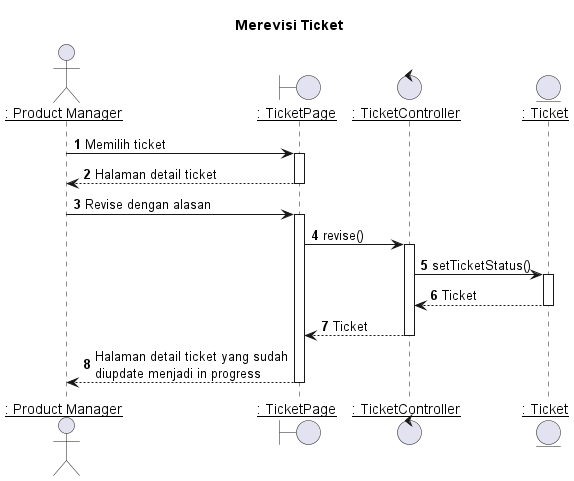
This is out/plantuml/sequence/ipm/ipm6/Merevisi Ticket.png from TAS-PKL/Laporan-PKL-Ticketing, a PlantUML export, as it was before one commit. Source of this version:
```plantuml
@startuml Merevisi Ticket

title "Merevisi Ticket"

actor IPM as "__: Product Manager__"
boundary TicketPage as "__: TicketPage__"
control TicketController as "__: TicketController__"
entity Ticket as "__: Ticket__"

autonumber 1
IPM -> TicketPage: Memilih ticket
activate TicketPage

TicketPage --> IPM: Halaman detail ticket
deactivate TicketPage

IPM -> TicketPage: Revise dengan alasan
activate TicketPage

TicketPage -> TicketController: revise()
activate TicketController

TicketController -> Ticket: setTicketStatus()
activate Ticket

Ticket --> TicketController : Ticket
deactivate Ticket

TicketController --> TicketPage : Ticket
deactivate TicketController

TicketPage --> IPM : Halaman detail ticket yang sudah\ndiupdate menjadi in progress
deactivate TicketPage


@enduml
```
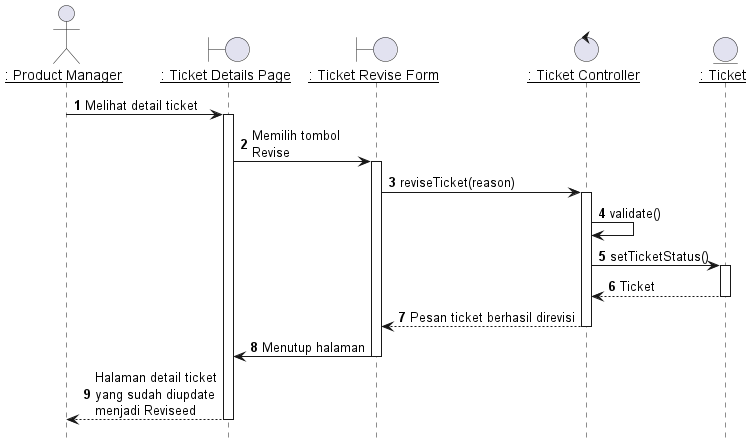
Later version of the same file.

The edit, as a diff of the source:
```diff
@@ -1,24 +1,25 @@
 @startuml Merevisi Ticket
 
-title "Merevisi Ticket"
+hide footbox
 
 actor IPM as "__: Product Manager__"
-boundary TicketPage as "__: TicketPage__"
-control TicketController as "__: TicketController__"
+boundary TicketDetailsPage as "__: Ticket Details Page__"
+boundary TicketRevisePage as "__: Ticket Revise Form__"
+control TicketController as "__: Ticket Controller__"
 entity Ticket as "__: Ticket__"
 
 autonumber 1
-IPM -> TicketPage: Memilih ticket
-activate TicketPage
+IPM -> TicketDetailsPage: Melihat detail ticket
+activate TicketDetailsPage
 
-TicketPage --> IPM: Halaman detail ticket
-deactivate TicketPage
+TicketDetailsPage -> TicketRevisePage : Memilih tombol\nRevise
+activate TicketRevisePage
 
-IPM -> TicketPage: Revise dengan alasan
-activate TicketPage
 
-TicketPage -> TicketController: revise()
+TicketRevisePage -> TicketController: reviseTicket(reason)
 activate TicketController
+
+TicketController -> TicketController: validate()
 
 TicketController -> Ticket: setTicketStatus()
 activate Ticket
@@ -26,11 +27,14 @@
 Ticket --> TicketController : Ticket
 deactivate Ticket
 
-TicketController --> TicketPage : Ticket
+TicketController --> TicketRevisePage : Pesan ticket berhasil direvisi
 deactivate TicketController
 
-TicketPage --> IPM : Halaman detail ticket yang sudah\ndiupdate menjadi in progress
-deactivate TicketPage
+TicketRevisePage -> TicketDetailsPage : Menutup halaman
+deactivate TicketRevisePage
+
+TicketDetailsPage --> IPM : Halaman detail ticket\nyang sudah diupdate\nmenjadi Reviseed
+deactivate TicketDetailsPage
 
 
 @enduml
```
